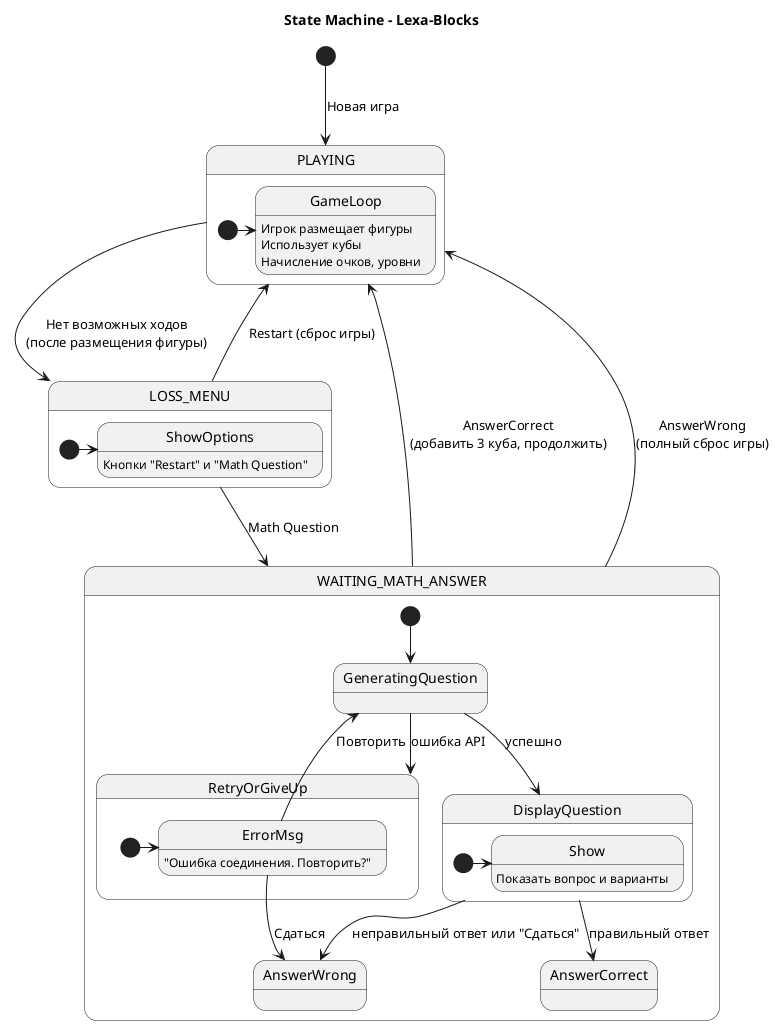
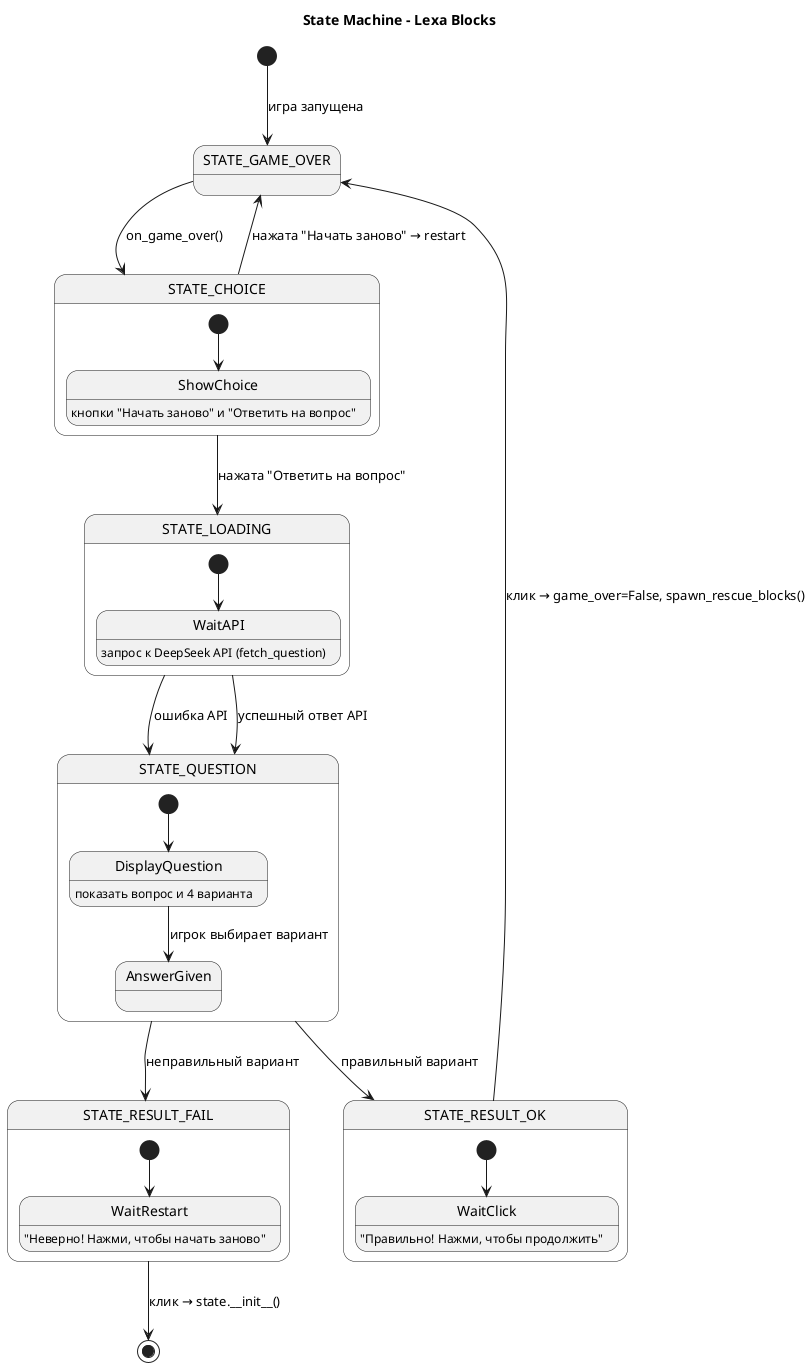
@startuml
- title State Machine - Lexa-Blocks
+ title State Machine - Lexa Blocks

- [*] --> PLAYING : Новая игра
+ [*] --> STATE_GAME_OVER : игра запущена

- state PLAYING {
-     [*] -> GameLoop
-     GameLoop : Игрок размещает фигуры\nИспользует кубы\nНачисление очков, уровни
+ STATE_GAME_OVER --> STATE_CHOICE : on_game_over()
+ 
+ state STATE_CHOICE {
+     [*] --> ShowChoice
+     ShowChoice : кнопки "Начать заново" и "Ответить на вопрос"
}

- PLAYING --> LOSS_MENU : Нет возможных ходов\n(после размещения фигуры)
+ STATE_CHOICE --> STATE_GAME_OVER : нажата "Начать заново" → restart
+ STATE_CHOICE --> STATE_LOADING : нажата "Ответить на вопрос"

- state LOSS_MENU {
-     [*] -> ShowOptions
-     ShowOptions : Кнопки "Restart" и "Math Question"
+ state STATE_LOADING {
+     [*] --> WaitAPI
+     WaitAPI : запрос к DeepSeek API (fetch_question)
}

- LOSS_MENU --> PLAYING : Restart (сброс игры)
- LOSS_MENU --> WAITING_MATH_ANSWER : Math Question
+ STATE_LOADING --> STATE_QUESTION : успешный ответ API
+ STATE_LOADING --> STATE_QUESTION : ошибка API

- state WAITING_MATH_ANSWER {
-     [*] --> GeneratingQuestion
-     GeneratingQuestion --> DisplayQuestion : успешно
-     GeneratingQuestion --> RetryOrGiveUp : ошибка API
- 
-     state DisplayQuestion {
-         [*] -> Show
-         Show : Показать вопрос и варианты
-     }
- 
-     DisplayQuestion --> AnswerCorrect : правильный ответ
-     DisplayQuestion --> AnswerWrong : неправильный ответ или "Сдаться"
- 
-     state RetryOrGiveUp {
-         [*] -> ErrorMsg
-         ErrorMsg : "Ошибка соединения. Повторить?"
-         ErrorMsg --> GeneratingQuestion : Повторить
-         ErrorMsg --> AnswerWrong : Сдаться
-     }
+ state STATE_QUESTION {
+     [*] --> DisplayQuestion
+     DisplayQuestion : показать вопрос и 4 варианта
+     DisplayQuestion --> AnswerGiven : игрок выбирает вариант
}

- WAITING_MATH_ANSWER --> PLAYING : AnswerCorrect\n(добавить 3 куба, продолжить)
- WAITING_MATH_ANSWER --> PLAYING : AnswerWrong\n(полный сброс игры)
+ STATE_QUESTION --> STATE_RESULT_OK : правильный вариант
+ STATE_QUESTION --> STATE_RESULT_FAIL : неправильный вариант
+ 
+ state STATE_RESULT_OK {
+     [*] --> WaitClick
+     WaitClick : "Правильно! Нажми, чтобы продолжить"
+ }
+ 
+ STATE_RESULT_OK --> STATE_GAME_OVER : клик → game_over=False, spawn_rescue_blocks()
+ 
+ state STATE_RESULT_FAIL {
+     [*] --> WaitRestart
+     WaitRestart : "Неверно! Нажми, чтобы начать заново"
+ }
+ 
+ STATE_RESULT_FAIL --> [*] : клик → state.__init__()

@enduml
